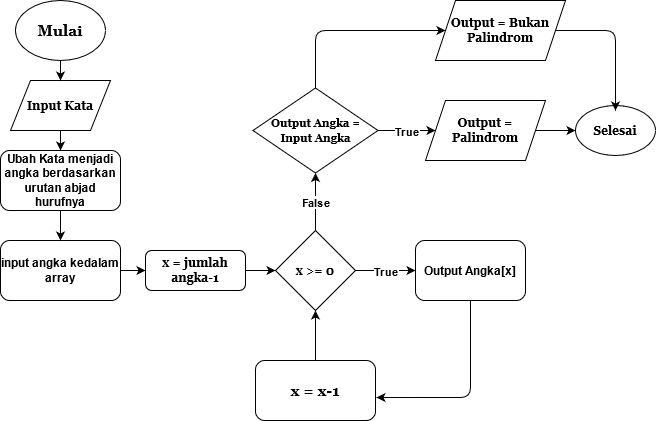
Before: tugas1/Flowchart_Palindrom.png, a diagram exported from draw.io (farizian/week6). Source tidied: cells renumbered, new cells last; positions are measured from the earlier drawing's top-left corner, leaving out a move shared by most shapes.
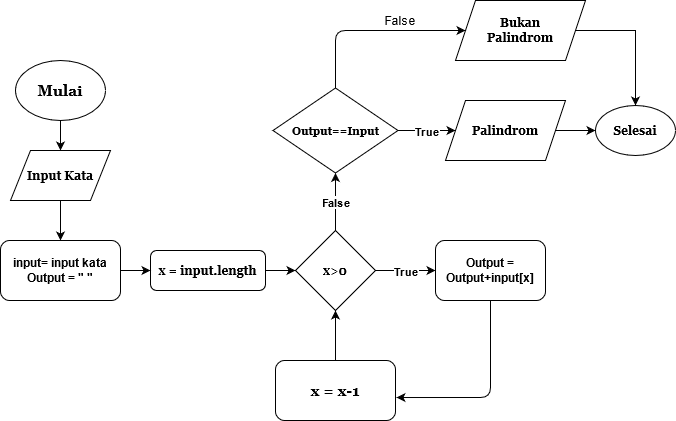
The same diagram one commit later.

What changed in the source:
```diff
@@ -2,17 +2,23 @@
   <root>
     <mxCell id="0" />
     <mxCell id="1" parent="0" />
-    <mxCell id="2" value="&lt;span&gt;&lt;font face=&quot;Georgia&quot;&gt;&lt;span&gt;x &amp;gt;= 0&lt;br&gt;&lt;/span&gt;&lt;/font&gt;&lt;/span&gt;" style="rhombus;whiteSpace=wrap;html=1;fontStyle=1;" parent="1" vertex="1">
+    <mxCell id="2" value="&lt;span&gt;&lt;font face=&quot;Georgia&quot;&gt;&lt;span&gt;x&amp;gt;0&lt;br&gt;&lt;/span&gt;&lt;/font&gt;&lt;/span&gt;" style="rhombus;whiteSpace=wrap;html=1;fontStyle=1;" parent="1" vertex="1">
       <mxGeometry x="275" y="230" width="80" height="80" as="geometry" />
     </mxCell>
+    <mxCell id="26" style="edgeStyle=orthogonalEdgeStyle;rounded=0;jettySize=auto;html=1;" parent="1" edge="1" source="3" target="4">
+      <mxGeometry relative="1" as="geometry" />
+    </mxCell>
     <mxCell id="3" value="&lt;font style=&quot;font-size: 15px&quot; face=&quot;Georgia&quot;&gt;&lt;span&gt;Mulai&lt;/span&gt;&lt;/font&gt;" style="ellipse;whiteSpace=wrap;html=1;fontStyle=1;" parent="1" vertex="1">
-      <mxGeometry x="15" width="90" height="60" as="geometry" />
+      <mxGeometry x="-5" y="60" width="90" height="60" as="geometry" />
     </mxCell>
+    <mxCell id="30" style="edgeStyle=orthogonalEdgeStyle;rounded=0;jettySize=auto;html=1;" parent="1" edge="1" source="4" target="25">
+      <mxGeometry relative="1" as="geometry" />
+    </mxCell>
     <mxCell id="4" value="Input Kata" style="shape=parallelogram;perimeter=parallelogramPerimeter;whiteSpace=wrap;html=1;fixedSize=1;fontFamily=Georgia;fontSize=12;fontStyle=1;" parent="1" vertex="1">
-      <mxGeometry x="10" y="80" width="100" height="50" as="geometry" />
+      <mxGeometry x="-10" y="150" width="100" height="50" as="geometry" />
     </mxCell>
-    <mxCell id="5" value="x = jumlah angka-1" style="rounded=1;whiteSpace=wrap;html=1;fontFamily=Georgia;fontSize=12;fontStyle=1;" parent="1" vertex="1">
-      <mxGeometry x="145" y="250" width="100" height="40" as="geometry" />
+    <mxCell id="5" value="x = input.length" style="rounded=1;whiteSpace=wrap;html=1;fontFamily=Georgia;fontSize=12;fontStyle=1;" parent="1" vertex="1">
+      <mxGeometry x="130" y="250" width="115" height="40" as="geometry" />
     </mxCell>
     <mxCell id="6" style="endArrow=classic;html=1;fontFamily=Georgia;fontSize=15;exitX=1;exitY=0.5;exitDx=0;exitDy=0;entryX=0;entryY=0.5;entryDx=0;entryDy=0;fontStyle=1;" parent="1" edge="1" source="5" target="2">
       <mxGeometry relative="1" as="geometry" />
@@ -35,7 +41,7 @@
     <mxCell id="12" value="&lt;span&gt;False&lt;/span&gt;" style="edgeLabel;html=1;align=center;verticalAlign=middle;fontStyle=1;" parent="11" vertex="1">
       <mxGeometry relative="1" as="geometry" />
     </mxCell>
-    <mxCell id="13" value="&lt;span&gt;Output = Palindrom&lt;br&gt;&lt;/span&gt;" style="shape=parallelogram;perimeter=parallelogramPerimeter;whiteSpace=wrap;html=1;fixedSize=1;fontFamily=Georgia;fontSize=12;fontStyle=1;" parent="1" vertex="1">
+    <mxCell id="13" value="&lt;span&gt;Palindrom&lt;br&gt;&lt;/span&gt;" style="shape=parallelogram;perimeter=parallelogramPerimeter;whiteSpace=wrap;html=1;fixedSize=1;fontFamily=Georgia;fontSize=12;fontStyle=1;" parent="1" vertex="1">
       <mxGeometry x="425" y="100" width="120" height="60" as="geometry" />
     </mxCell>
     <mxCell id="14" style="endArrow=classic;html=1;fontFamily=Georgia;fontSize=12;exitX=1;exitY=0.5;exitDx=0;exitDy=0;fontStyle=1;" parent="1" edge="1" source="13" target="15">
@@ -44,7 +50,10 @@
     <mxCell id="15" value="&lt;span&gt;Selesai&lt;/span&gt;" style="ellipse;whiteSpace=wrap;html=1;fontFamily=Georgia;fontSize=12;fontStyle=1;" parent="1" vertex="1">
       <mxGeometry x="575" y="105" width="80" height="50" as="geometry" />
     </mxCell>
+    <mxCell id="18" style="edgeStyle=orthogonalEdgeStyle;rounded=0;jettySize=auto;html=1;entryX=0.5;entryY=0;entryDx=0;entryDy=0;" parent="1" edge="1" source="16" target="15">
+      <mxGeometry relative="1" as="geometry" />
+    </mxCell>
-    <mxCell id="16" value="&lt;span&gt;Output = Bukan Palindrom&lt;br&gt;&lt;/span&gt;" style="shape=parallelogram;perimeter=parallelogramPerimeter;whiteSpace=wrap;html=1;fixedSize=1;fontFamily=Georgia;fontSize=12;fontStyle=1;" parent="1" vertex="1">
+    <mxCell id="16" value="&lt;div&gt;&lt;span&gt;Bukan &lt;br&gt;&lt;/span&gt;&lt;/div&gt;&lt;div&gt;&lt;span&gt;Palindrom&lt;/span&gt;&lt;/div&gt;&lt;div&gt;&lt;span&gt;&lt;/span&gt;&lt;/div&gt;" style="shape=parallelogram;perimeter=parallelogramPerimeter;whiteSpace=wrap;html=1;fixedSize=1;fontFamily=Georgia;fontSize=12;fontStyle=1;" parent="1" vertex="1">
       <mxGeometry x="435" width="130" height="60" as="geometry" />
     </mxCell>
     <mxCell id="17" style="endArrow=classic;html=1;fontFamily=Georgia;fontSize=12;entryX=0;entryY=0.5;entryDx=0;entryDy=0;exitX=0.5;exitY=0;exitDx=0;exitDy=0;fontStyle=1;" parent="1" edge="1" source="19" target="16">
@@ -54,14 +63,7 @@
         </Array>
       </mxGeometry>
     </mxCell>
-    <mxCell id="18" style="endArrow=classic;html=1;fontFamily=Georgia;fontSize=12;exitX=1;exitY=0.5;exitDx=0;exitDy=0;entryX=0.5;entryY=0.1;entryDx=0;entryDy=0;entryPerimeter=0;fontStyle=1;" parent="1" edge="1" source="16" target="15">
-      <mxGeometry relative="1" as="geometry">
-        <Array as="points">
-          <mxPoint x="615" y="30" />
-        </Array>
-      </mxGeometry>
-    </mxCell>
-    <mxCell id="19" value="&lt;font style=&quot;font-size: 11px&quot;&gt;&lt;span&gt;Output Angka = Input Angka&lt;/span&gt;&lt;/font&gt;" style="rhombus;whiteSpace=wrap;html=1;fontFamily=Georgia;fontSize=12;fontStyle=1;" parent="1" vertex="1">
+    <mxCell id="19" value="&lt;font style=&quot;font-size: 11px&quot;&gt;&lt;span&gt;Output==Input&lt;/span&gt;&lt;/font&gt;" style="rhombus;whiteSpace=wrap;html=1;fontFamily=Georgia;fontSize=12;fontStyle=1;" parent="1" vertex="1">
       <mxGeometry x="252.5" y="87.5" width="125" height="85" as="geometry" />
     </mxCell>
     <mxCell id="20" style="endArrow=classic;html=1;fontFamily=Georgia;fontSize=12;entryX=1.008;entryY=0.617;entryDx=0;entryDy=0;entryPerimeter=0;fontStyle=1;" parent="1" edge="1" source="24" target="21">
@@ -77,26 +79,17 @@
     <mxCell id="22" style="endArrow=classic;html=1;fontFamily=Georgia;fontSize=12;exitX=0.5;exitY=0;exitDx=0;exitDy=0;entryX=0.5;entryY=1;entryDx=0;entryDy=0;fontStyle=1;" parent="1" edge="1" source="21" target="2">
       <mxGeometry relative="1" as="geometry" />
     </mxCell>
-    <mxCell id="23" value="Ubah Kata menjadi angka berdasarkan urutan abjad hurufnya" style="rounded=1;whiteSpace=wrap;html=1;fontSize=12;fontStyle=1;" parent="1" vertex="1">
-      <mxGeometry y="150" width="120" height="60" as="geometry" />
-    </mxCell>
-    <mxCell id="24" value="&lt;font style=&quot;font-size: 12px&quot;&gt;&lt;span&gt;Output Angka[x]&lt;/span&gt;&lt;/font&gt;" style="rounded=1;whiteSpace=wrap;html=1;fontStyle=1;" parent="1" vertex="1">
+    <mxCell id="24" value="&lt;font style=&quot;font-size: 12px&quot;&gt;&lt;span&gt;Output = Output+input[x]&lt;/span&gt;&lt;/font&gt;" style="rounded=1;whiteSpace=wrap;html=1;fontStyle=1;" parent="1" vertex="1">
       <mxGeometry x="415" y="240" width="110" height="60" as="geometry" />
     </mxCell>
+    <mxCell id="29" style="edgeStyle=orthogonalEdgeStyle;rounded=0;jettySize=auto;html=1;" parent="1" edge="1" source="25" target="5">
+      <mxGeometry relative="1" as="geometry" />
+    </mxCell>
-    <mxCell id="25" value="input angka kedalam array" style="rounded=1;whiteSpace=wrap;html=1;fontStyle=1;" parent="1" vertex="1">
-      <mxGeometry y="240" width="120" height="60" as="geometry" />
+    <mxCell id="25" value="&lt;div&gt;input= input kata&lt;br&gt;&lt;/div&gt;&lt;div&gt;Output = &quot; &quot;&lt;br&gt;&lt;/div&gt;" style="rounded=1;whiteSpace=wrap;html=1;fontStyle=1;" parent="1" vertex="1">
+      <mxGeometry x="-20" y="240" width="120" height="60" as="geometry" />
     </mxCell>
-    <mxCell id="26" style="endArrow=classic;html=1;exitX=0.5;exitY=1;exitDx=0;exitDy=0;entryX=0.5;entryY=0;entryDx=0;entryDy=0;" parent="1" edge="1" source="3" target="4">
-      <mxGeometry relative="1" as="geometry" />
-    </mxCell>
-    <mxCell id="27" style="endArrow=classic;html=1;exitX=0.5;exitY=1;exitDx=0;exitDy=0;entryX=0.5;entryY=0;entryDx=0;entryDy=0;" parent="1" edge="1" source="4" target="23">
-      <mxGeometry relative="1" as="geometry" />
-    </mxCell>
-    <mxCell id="28" style="endArrow=classic;html=1;exitX=0.5;exitY=1;exitDx=0;exitDy=0;entryX=0.5;entryY=0;entryDx=0;entryDy=0;" parent="1" edge="1" source="23" target="25">
-      <mxGeometry relative="1" as="geometry" />
-    </mxCell>
-    <mxCell id="29" style="endArrow=classic;html=1;exitX=1;exitY=0.5;exitDx=0;exitDy=0;entryX=0;entryY=0.5;entryDx=0;entryDy=0;" parent="1" edge="1" source="25" target="5">
-      <mxGeometry relative="1" as="geometry" />
-    </mxCell>
+    <mxCell id="31" value="False" style="text;html=1;strokeColor=none;fillColor=none;align=center;verticalAlign=middle;whiteSpace=wrap;rounded=0;" parent="1" vertex="1">
+      <mxGeometry x="360" y="10" width="40" height="20" as="geometry" />
+    </mxCell>
   </root>
 </mxGraphModel>
```
